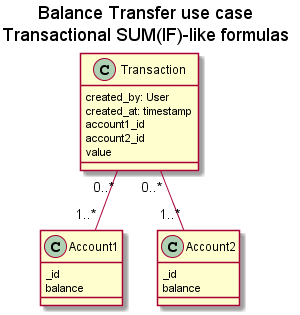
formuladb/poc1 keeps this PlantUML diagram as docs/img/docs/FormulasMoneyTransfer.png. Above is the earlier version.
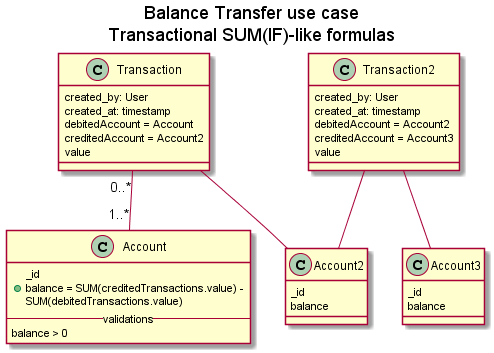
After the commit.

The edit, as a diff of the source:
```diff
@@ -2,11 +2,18 @@
 
 title Balance Transfer use case\nTransactional SUM(IF)-like formulas
 
-class Account1 {
+class Account {
+    _id
+    + balance = SUM(creditedTransactions.value) -
+      SUM(debitedTransactions.value)
+    --validations--
+    balance > 0
+}
+class Account2 {
     _id
     balance
 }
-class Account2 {
+class Account3 {
     _id
     balance
 }
@@ -14,11 +21,21 @@
 class Transaction {
   created_by: User
   created_at: timestamp
-  account1_id
-  account2_id
+  debitedAccount = Account
+  creditedAccount = Account2
   value
 }
-Transaction "0..*" -- "1..*" Account1
-Transaction "0..*" -- "1..*" Account2
+Transaction "0..*" -- "1..*" Account
+Transaction -- Account2
+
+class Transaction2 {
+  created_by: User
+  created_at: timestamp
+  debitedAccount = Account2
+  creditedAccount = Account3
+  value
+}
+Transaction2 -- Account2
+Transaction2 -- Account3
 
 @enduml
```
